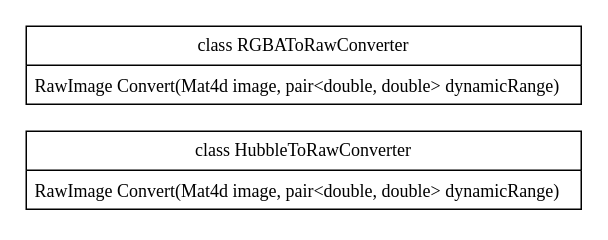
The draw.io diagram page "RawTextureConverters" (2 of 9) of Docs/Class diagrams.drawio in SpatiumOwl/ComplexSky-2.0, before the edit. Source tidied: cells renumbered, new cells numbered last; positions are measured from the earlier drawing's top-left corner, leaving out a move shared by most shapes. Both pictures are drawn from the tidied source at 150%, with x=0, y=0 at pixel (26, 26).
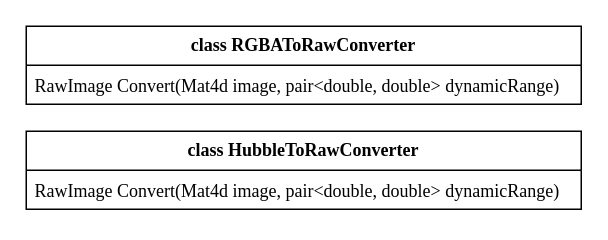
Above is the later version.

Diff of the diagram source:
```diff
@@
 <mxGraphModel>
   <root>
     <mxCell id="0" />
     <mxCell id="1" parent="0" />
-    <mxCell id="2" value="class RGBAToRawConverter" style="swimlane;fontStyle=0;horizontal=1;startSize=26;fillColor=none;whiteSpace=wrap;html=1;fontFamily=Times New Roman;" parent="1" vertex="1">
+    <mxCell id="2" value="class RGBAToRawConverter" style="swimlane;fontStyle=1;horizontal=1;startSize=26;fillColor=none;whiteSpace=wrap;html=1;fontFamily=Times New Roman;" parent="1" vertex="1">
       <mxGeometry width="370" height="52" as="geometry" />
     </mxCell>
     <mxCell id="3" value="RawImage Convert(Mat4d image,&amp;nbsp;pair&amp;lt;double, double&amp;gt; dynamicRange)" style="text;strokeColor=none;fillColor=none;align=left;verticalAlign=top;spacingLeft=4;spacingRight=4;overflow=hidden;whiteSpace=wrap;html=1;fontFamily=Times New Roman;" parent="2" vertex="1">
       <mxGeometry y="26" width="370" height="26" as="geometry" />
     </mxCell>
-    <mxCell id="4" value="class HubbleToRawConverter" style="swimlane;fontStyle=0;horizontal=1;startSize=26;fillColor=none;whiteSpace=wrap;html=1;fontFamily=Times New Roman;" parent="1" vertex="1">
+    <mxCell id="4" value="class HubbleToRawConverter" style="swimlane;fontStyle=1;horizontal=1;startSize=26;fillColor=none;whiteSpace=wrap;html=1;fontFamily=Times New Roman;" parent="1" vertex="1">
       <mxGeometry y="70" width="370" height="52" as="geometry" />
     </mxCell>
     <mxCell id="5" value="RawImage Convert(Mat4d image,&amp;nbsp;pair&amp;lt;double, double&amp;gt; dynamicRange)" style="text;strokeColor=none;fillColor=none;align=left;verticalAlign=top;spacingLeft=4;spacingRight=4;overflow=hidden;whiteSpace=wrap;html=1;fontFamily=Times New Roman;" parent="4" vertex="1">
       <mxGeometry y="26" width="370" height="26" as="geometry" />
     </mxCell>
   </root>
 </mxGraphModel>
```
